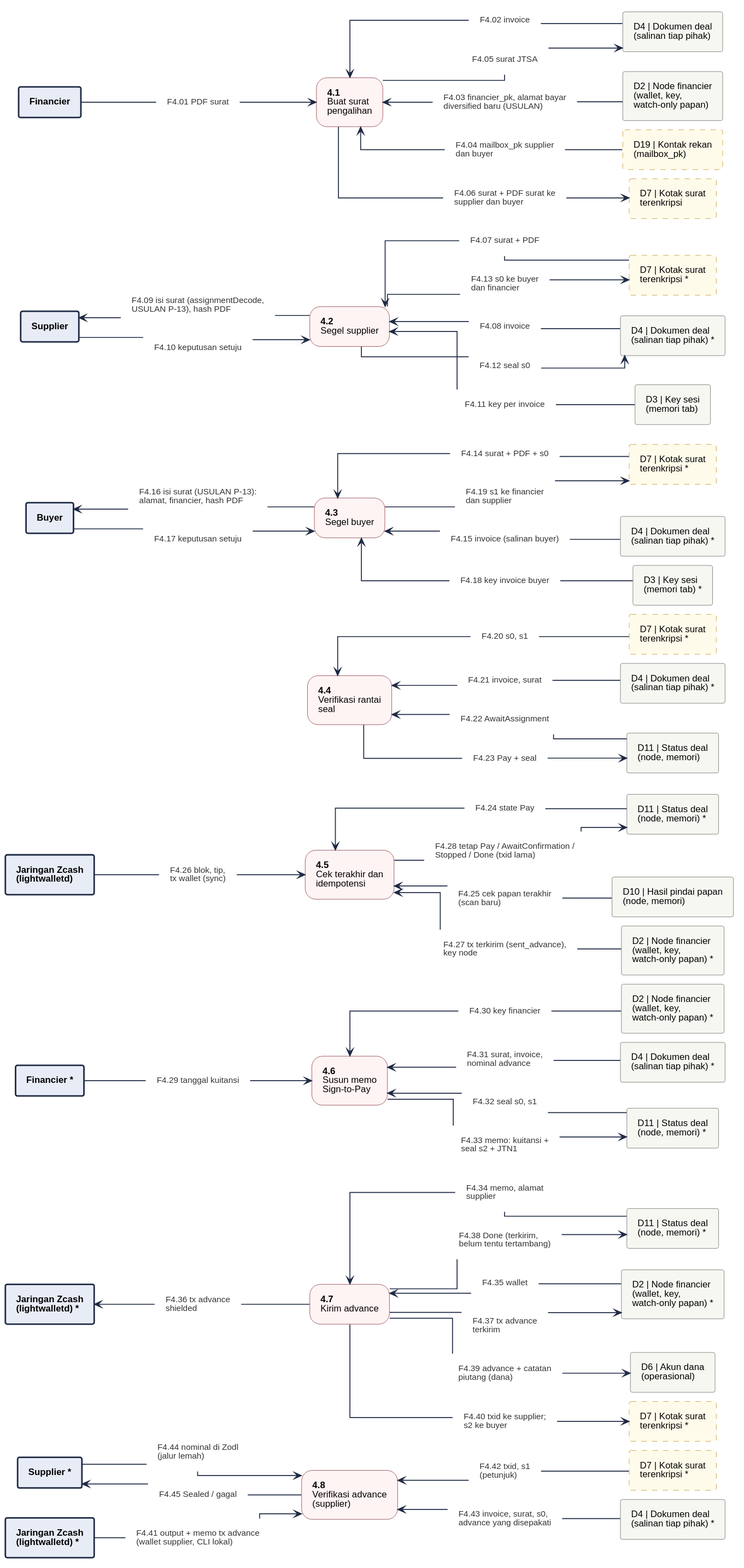
The PlantUML diagram 08-FlowDiagrams/assets/dfd-2-4.svg in JitsuinFi/jitsuinfi-vault, before a commit.
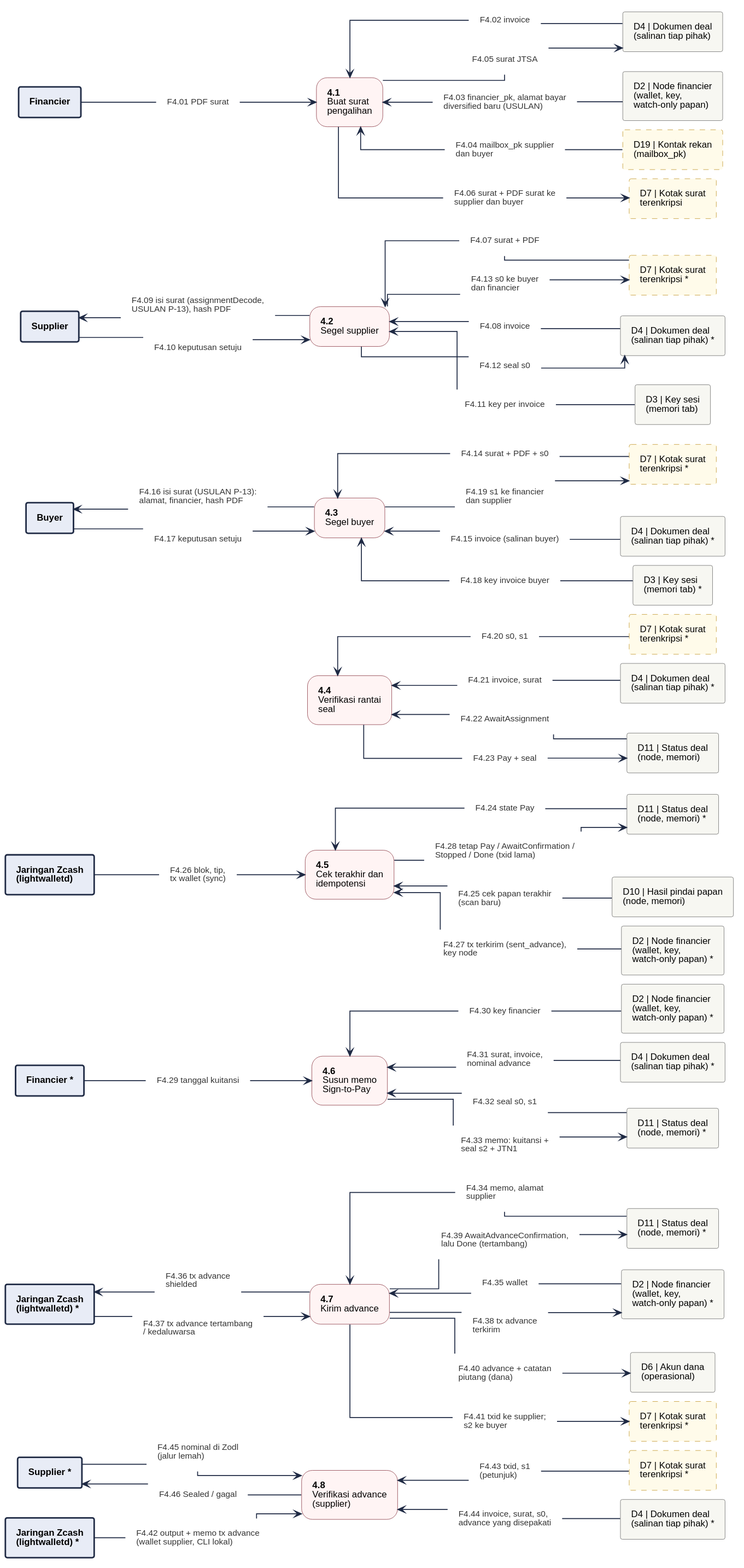
Later version of the same file.

What changed in the source:
```diff
@@ -80,15 +80,16 @@
 rectangle "F4.34 memo, alamat\nsupplier" <<flow>> as f_F4_34
 rectangle "F4.35 wallet" <<flow>> as f_F4_35
 rectangle "F4.36 tx advance\nshielded" <<flow>> as f_F4_36
-rectangle "F4.37 tx advance\nterkirim" <<flow>> as f_F4_37
-rectangle "F4.38 Done (terkirim,\nbelum tentu tertambang)" <<flow>> as f_F4_38
-rectangle "F4.39 advance + catatan\npiutang (dana)" <<flow>> as f_F4_39
-rectangle "F4.40 txid ke supplier;\ns2 ke buyer" <<flow>> as f_F4_40
-rectangle "F4.41 output + memo tx advance\n(wallet supplier, CLI lokal)" <<flow>> as f_F4_41
-rectangle "F4.42 txid, s1\n(petunjuk)" <<flow>> as f_F4_42
-rectangle "F4.43 invoice, surat, s0,\nadvance yang disepakati" <<flow>> as f_F4_43
-rectangle "F4.44 nominal di Zodl\n(jalur lemah)" <<flow>> as f_F4_44
-rectangle "F4.45 Sealed / gagal" <<flow>> as f_F4_45
+rectangle "F4.37 tx advance tertambang\n/ kedaluwarsa" <<flow>> as f_F4_37
+rectangle "F4.38 tx advance\nterkirim" <<flow>> as f_F4_38
+rectangle "F4.39 AwaitAdvanceConfirmation,\nlalu Done (tertambang)" <<flow>> as f_F4_39
+rectangle "F4.40 advance + catatan\npiutang (dana)" <<flow>> as f_F4_40
+rectangle "F4.41 txid ke supplier;\ns2 ke buyer" <<flow>> as f_F4_41
+rectangle "F4.42 output + memo tx advance\n(wallet supplier, CLI lokal)" <<flow>> as f_F4_42
+rectangle "F4.43 txid, s1\n(petunjuk)" <<flow>> as f_F4_43
+rectangle "F4.44 invoice, surat, s0,\nadvance yang disepakati" <<flow>> as f_F4_44
+rectangle "F4.45 nominal di Zodl\n(jalur lemah)" <<flow>> as f_F4_45
+rectangle "F4.46 Sealed / gagal" <<flow>> as f_F4_46
 F_1 -- f_F4_01
 f_F4_01 --> P1
 P1 <-- f_F4_02
@@ -161,24 +162,26 @@
 f_F4_35 -- D2_7
 Z_7 <-- f_F4_36
 f_F4_36 -- P7
-P7 -- f_F4_37
-f_F4_37 --> D2_7
+Z_7 -- f_F4_37
+f_F4_37 --> P7
 P7 -- f_F4_38
-f_F4_38 --> D11_7
+f_F4_38 --> D2_7
 P7 -- f_F4_39
-f_F4_39 --> D6_7
+f_F4_39 --> D11_7
 P7 -- f_F4_40
-f_F4_40 --> D7_7
-Z_8 -- f_F4_41
-f_F4_41 --> P8
-P8 <-- f_F4_42
-f_F4_42 -- D7_8
+f_F4_40 --> D6_7
+P7 -- f_F4_41
+f_F4_41 --> D7_7
+Z_8 -- f_F4_42
+f_F4_42 --> P8
 P8 <-- f_F4_43
-f_F4_43 -- D4_8
-S_8 -- f_F4_44
-f_F4_44 --> P8
-S_8 <-- f_F4_45
-f_F4_45 -- P8
+f_F4_43 -- D7_8
+P8 <-- f_F4_44
+f_F4_44 -- D4_8
+S_8 -- f_F4_45
+f_F4_45 --> P8
+S_8 <-- f_F4_46
+f_F4_46 -- P8
 rectangle " " <<spacer>> as sp_P4_a
 rectangle " " <<spacer>> as sp_P4_b
 sp_P4_a -[hidden]- sp_P4_b
```
